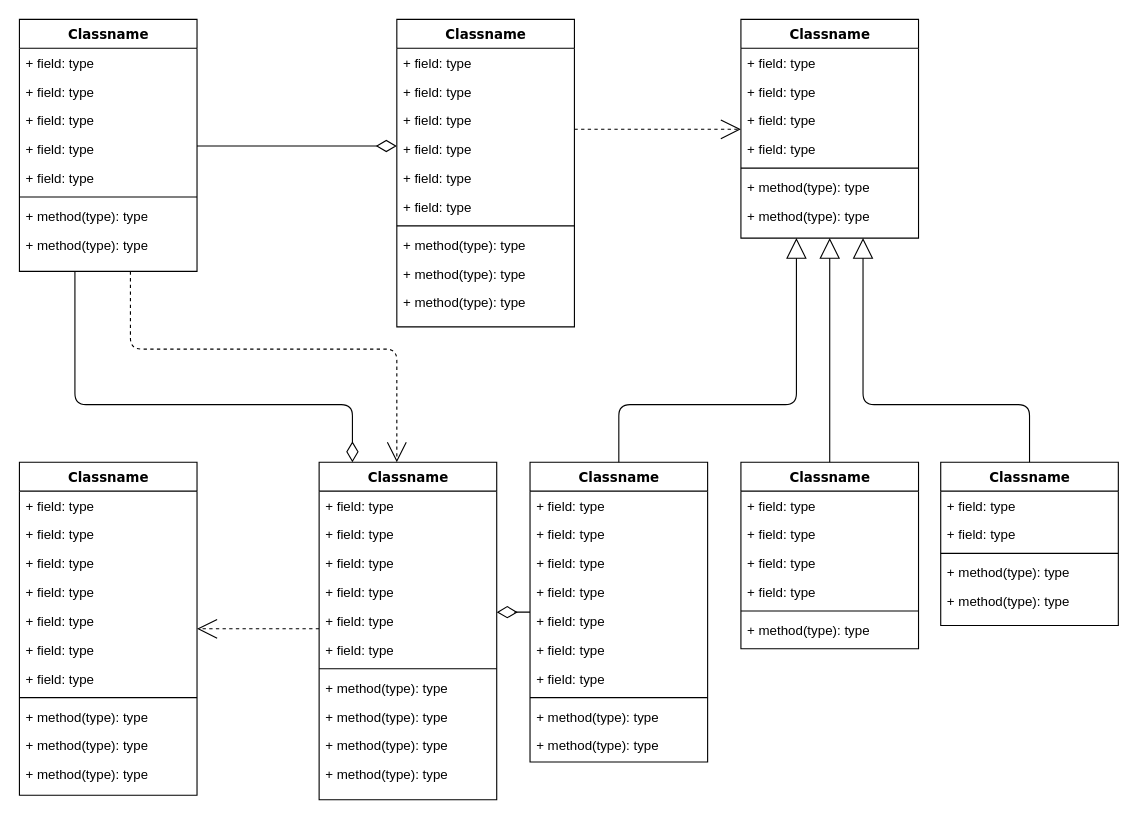
This is Untitled Diagram.drawio from arnavnayak/LibraryManagement, a draw.io file, before an edit. Source tidied: cells renumbered, new cells numbered last; positions are measured from the earlier drawing's top-left corner, leaving out a move shared by most shapes. Both pictures are drawn from the tidied source at 111%, with x=0, y=0 at pixel (19, 19).
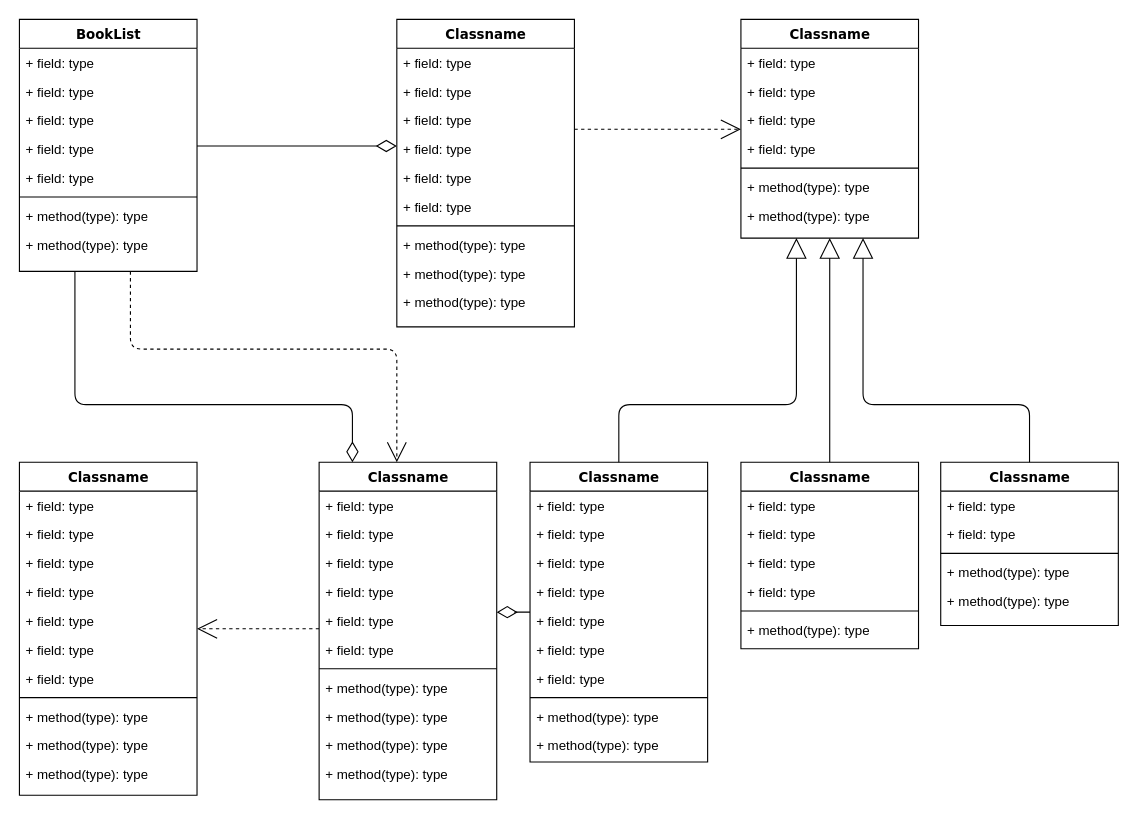
After the change.

Diff of the diagram source:
```diff
@@
-    <mxCell id="4" value="Classname" style="swimlane;html=1;fontStyle=1;align=center;verticalAlign=top;horizontal=1;startSize=26;swimlaneFillColor=#ffffff;rounded=0;shadow=0;comic=0;labelBackgroundColor=none;strokeWidth=1;fillColor=none;fontFamily=Verdana;fontSize=12;" parent="1" vertex="1">
+    <mxCell id="4" value="BookList" style="swimlane;html=1;fontStyle=1;align=center;verticalAlign=top;horizontal=1;startSize=26;swimlaneFillColor=#ffffff;rounded=0;shadow=0;comic=0;labelBackgroundColor=none;strokeWidth=1;fillColor=none;fontFamily=Verdana;fontSize=12;" parent="1" vertex="1">
       <mxGeometry width="160" height="227" as="geometry" />
     </mxCell>
```
